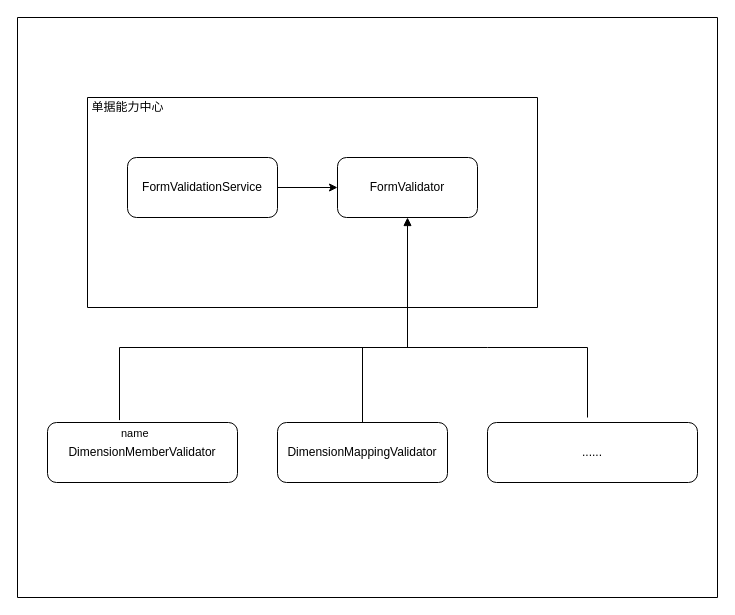
Before: 单据校验.drawio in lionli/weekgit, a draw.io diagram. Source tidied: cells renumbered, new cells numbered last; positions are measured from the earlier drawing's top-left corner, leaving out a move shared by most shapes. Both pictures are drawn from the tidied source at 100%, with x=0, y=0 at pixel (17, 17).
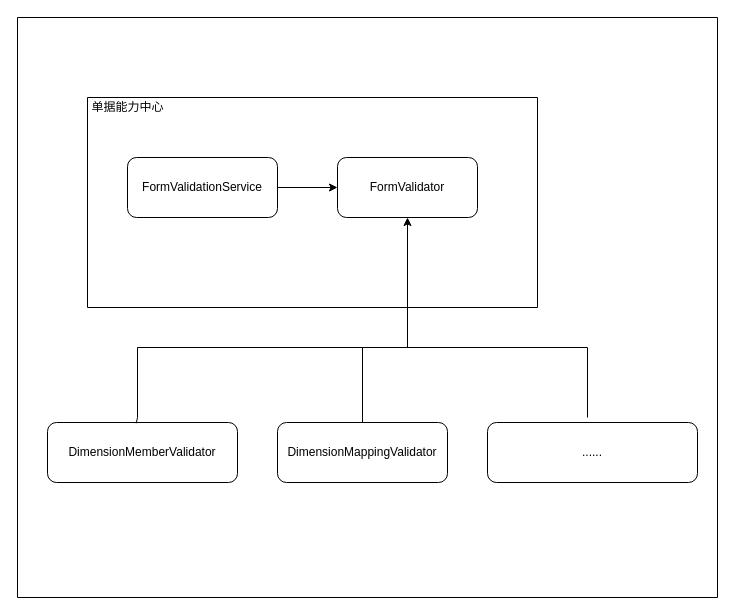
The same diagram, later.

Commit message (it also covers changes not shown here):
更新单据校验.drawio

Unchanged cells that the change refers to:
```xml
<mxCell id="2" style="swimlane;startSize=0;" parent="1" vertex="1">
  <mxGeometry width="700" height="580" as="geometry" />
</mxCell>
<mxCell id="7" value="FormValidator" style="rounded=1;whiteSpace=wrap;html=1;" parent="4" vertex="1">
  <mxGeometry x="250" y="60" width="140" height="60" as="geometry" />
</mxCell>
<mxCell id="8" value="DimensionMemberValidator" style="rounded=1;whiteSpace=wrap;html=1;" parent="2" vertex="1">
  <mxGeometry x="30" y="405" width="190" height="60" as="geometry" />
</mxCell>
```

Diff of the diagram source:
```diff
@@
-<mxGraphModel>
+<mxGraphModel background="#ffffff">
@@
-    <mxCell id="11" value="name" style="endArrow=block;endFill=1;html=1;edgeStyle=orthogonalEdgeStyle;align=left;verticalAlign=top;rounded=0;exitX=0.379;exitY=-0.04;exitDx=0;exitDy=0;exitPerimeter=0;entryX=0.5;entryY=1;entryDx=0;entryDy=0;" parent="2" edge="1" source="8" target="7">
-      <mxGeometry x="-1" relative="1" as="geometry">
-        <Array as="points">
-          <mxPoint x="102" y="330" />
-          <mxPoint x="390" y="330" />
-        </Array>
-      </mxGeometry>
-    </mxCell>
@@
-    <mxCell id="14" style="endArrow=none;html=1;rounded=0;" parent="1" edge="1">
+    <mxCell id="14" style="endArrow=none;html=1;rounded=0;exitX=0.467;exitY=0.013;exitDx=0;exitDy=0;exitPerimeter=0;" parent="1" edge="1" source="8">
       <mxGeometry relative="1" as="geometry">
-        <mxPoint x="380" y="330" as="sourcePoint" />
         <mxPoint x="570" y="330" as="targetPoint" />
         <Array as="points">
-          <mxPoint x="470" y="330" />
+          <mxPoint x="120" y="400" />
+          <mxPoint x="120" y="330" />
           <mxPoint x="570" y="330" />
         </Array>
       </mxGeometry>
     </mxCell>
+    <mxCell id="15" style="endArrow=classic;html=1;rounded=0;entryX=0.5;entryY=1;entryDx=0;entryDy=0;" parent="1" edge="1" target="7">
+      <mxGeometry relative="1" as="geometry">
+        <mxPoint x="270" y="330" as="sourcePoint" />
+        <Array as="points">
+          <mxPoint x="360" y="330" />
+          <mxPoint x="390" y="330" />
+        </Array>
+      </mxGeometry>
+    </mxCell>
```
